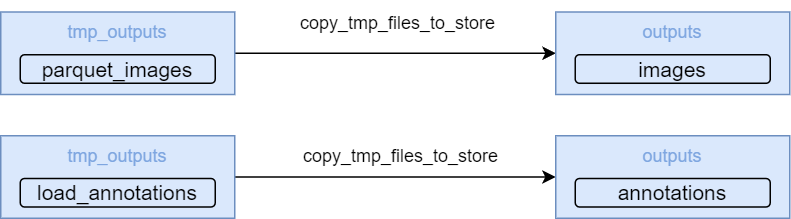
The draw.io diagram imgs/to_outputs.drawio.png in 4-DS/obj_detect_rest-data_load, before a commit. Source tidied: cells renumbered, new cells last; positions are measured from the earlier drawing's top-left corner, leaving out a move shared by most shapes.
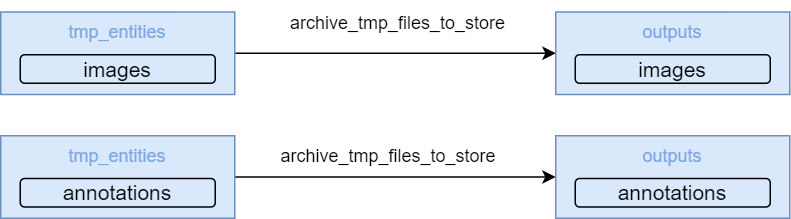
The same diagram one commit later.

Change to the diagram source:
```diff
@@ -5,10 +5,10 @@
     <mxCell id="2" style="edgeStyle=orthogonalEdgeStyle;rounded=0;jettySize=auto;html=1;" parent="1" edge="1" source="3" target="5">
       <mxGeometry relative="1" as="geometry" />
     </mxCell>
-    <mxCell id="3" value="&lt;font style=&quot;font-size: 12px;&quot;&gt;&lt;font color=&quot;#7ea6e0&quot;&gt;&lt;font style=&quot;font-size: 12px;&quot;&gt;tmp_outputs&lt;/font&gt;&lt;br&gt;&lt;br&gt;&lt;/font&gt;&lt;br&gt;&lt;/font&gt;" style="rounded=0;whiteSpace=wrap;html=1;fillColor=#dae8fc;strokeColor=#6c8ebf;" parent="1" vertex="1">
+    <mxCell id="3" value="&lt;font style=&quot;&quot;&gt;&lt;font style=&quot;&quot; color=&quot;#7ea6e0&quot;&gt;&lt;font style=&quot;&quot;&gt;tmp_entities&lt;/font&gt;&lt;br&gt;&lt;br&gt;&lt;/font&gt;&lt;br&gt;&lt;/font&gt;" style="rounded=0;whiteSpace=wrap;html=1;fillColor=#dae8fc;strokeColor=#6c8ebf;" parent="1" vertex="1">
       <mxGeometry y="7.5" width="156" height="55" as="geometry" />
     </mxCell>
-    <mxCell id="4" value="&lt;font style=&quot;font-size: 14px;&quot;&gt;parquet_images&lt;/font&gt;" style="rounded=1;whiteSpace=wrap;html=1;fillColor=#dae8fc;strokeColor=#000000;strokeWidth=1;" parent="1" vertex="1">
+    <mxCell id="4" value="&lt;font style=&quot;font-size: 14px;&quot;&gt;images&lt;/font&gt;" style="rounded=1;whiteSpace=wrap;html=1;fillColor=#dae8fc;strokeColor=#000000;strokeWidth=1;" parent="1" vertex="1">
       <mxGeometry x="13" y="36" width="130" height="19" as="geometry" />
     </mxCell>
     <mxCell id="5" value="&lt;font style=&quot;font-size: 12px;&quot;&gt;&lt;font color=&quot;#7ea6e0&quot;&gt;&lt;font style=&quot;font-size: 12px;&quot;&gt;outputs&lt;/font&gt;&lt;br&gt;&lt;br&gt;&lt;/font&gt;&lt;br&gt;&lt;/font&gt;" style="rounded=0;whiteSpace=wrap;html=1;fillColor=#dae8fc;strokeColor=#6c8ebf;" parent="1" vertex="1">
@@ -20,10 +20,10 @@
     <mxCell id="7" style="edgeStyle=orthogonalEdgeStyle;rounded=0;jettySize=auto;html=1;" parent="1" edge="1" source="8" target="10">
       <mxGeometry relative="1" as="geometry" />
     </mxCell>
-    <mxCell id="8" value="&lt;font style=&quot;font-size: 12px;&quot;&gt;&lt;font color=&quot;#7ea6e0&quot;&gt;&lt;font style=&quot;font-size: 12px;&quot;&gt;tmp_outputs&lt;/font&gt;&lt;br&gt;&lt;br&gt;&lt;/font&gt;&lt;br&gt;&lt;/font&gt;" style="rounded=0;whiteSpace=wrap;html=1;fillColor=#dae8fc;strokeColor=#6c8ebf;" parent="1" vertex="1">
+    <mxCell id="8" value="&lt;font style=&quot;&quot;&gt;&lt;font style=&quot;&quot; color=&quot;#7ea6e0&quot;&gt;&lt;font style=&quot;&quot;&gt;tmp_entities&lt;/font&gt;&lt;br&gt;&lt;br&gt;&lt;/font&gt;&lt;br&gt;&lt;/font&gt;" style="rounded=0;whiteSpace=wrap;html=1;fillColor=#dae8fc;strokeColor=#6c8ebf;" parent="1" vertex="1">
       <mxGeometry y="90" width="156" height="55" as="geometry" />
     </mxCell>
-    <mxCell id="9" value="&lt;font style=&quot;font-size: 14px;&quot;&gt;load_annotations&lt;/font&gt;" style="rounded=1;whiteSpace=wrap;html=1;fillColor=#dae8fc;strokeColor=#000000;strokeWidth=1;" parent="1" vertex="1">
+    <mxCell id="9" value="&lt;font style=&quot;font-size: 14px;&quot;&gt;annotations&lt;/font&gt;" style="rounded=1;whiteSpace=wrap;html=1;fillColor=#dae8fc;strokeColor=#000000;strokeWidth=1;" parent="1" vertex="1">
       <mxGeometry x="13" y="118.5" width="130" height="19" as="geometry" />
     </mxCell>
     <mxCell id="10" value="&lt;font style=&quot;font-size: 12px;&quot;&gt;&lt;font color=&quot;#7ea6e0&quot;&gt;&lt;font style=&quot;font-size: 12px;&quot;&gt;outputs&lt;/font&gt;&lt;br&gt;&lt;br&gt;&lt;/font&gt;&lt;br&gt;&lt;/font&gt;" style="rounded=0;whiteSpace=wrap;html=1;fillColor=#dae8fc;strokeColor=#6c8ebf;" parent="1" vertex="1">
@@ -32,11 +32,11 @@
     <mxCell id="11" value="&lt;font style=&quot;font-size: 14px;&quot;&gt;annotations&lt;/font&gt;" style="rounded=1;whiteSpace=wrap;html=1;fillColor=#dae8fc;strokeColor=#000000;strokeWidth=1;" parent="1" vertex="1">
       <mxGeometry x="383" y="118.5" width="130" height="19" as="geometry" />
     </mxCell>
-    <mxCell id="12" value="copy_tmp_files_to_store" style="text;html=1;strokeColor=none;fillColor=none;align=center;verticalAlign=middle;whiteSpace=wrap;rounded=0;" parent="1" vertex="1">
+    <mxCell id="12" value="archive_tmp_files_to_store" style="text;html=1;strokeColor=none;fillColor=none;align=center;verticalAlign=middle;whiteSpace=wrap;rounded=0;" parent="1" vertex="1">
       <mxGeometry x="190" width="150" height="30" as="geometry" />
     </mxCell>
-    <mxCell id="13" value="copy_tmp_files_to_store" style="text;whiteSpace=wrap;" parent="1" vertex="1">
-      <mxGeometry x="200" y="90" width="160" height="40" as="geometry" />
+    <mxCell id="13" value="archive_tmp_files_to_store" style="text;whiteSpace=wrap;" parent="1" vertex="1">
+      <mxGeometry x="185" y="90" width="160" height="40" as="geometry" />
     </mxCell>
   </root>
 </mxGraphModel>
```
